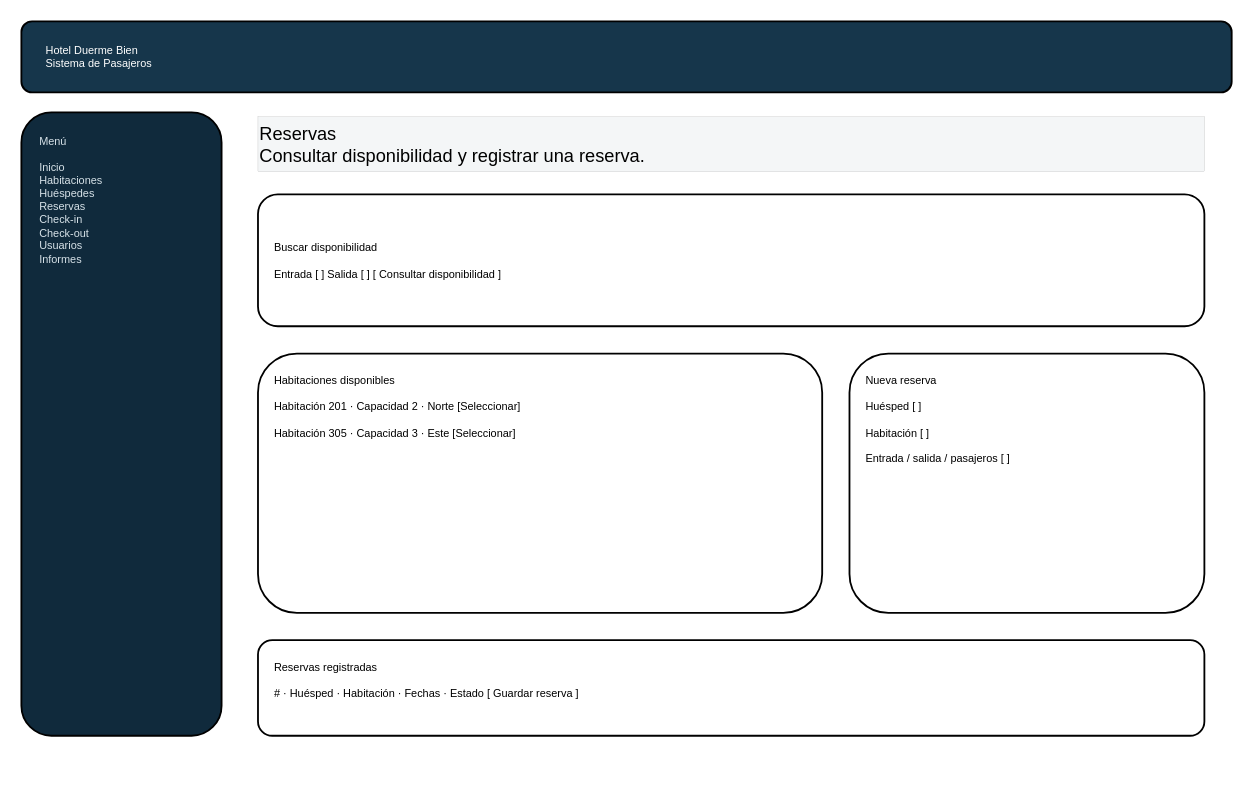
Earlier version of the draw.io diagram page "Prototipo" (4 of 4) of diagramas-editables/04-interfaz.drawio (Yutre3/diego). Source tidied: cells renumbered, new cells numbered last; positions are measured from the earlier drawing's top-left corner, leaving out a move shared by most shapes. Both pictures are drawn from the tidied source at 91%, with x=0, y=0 at pixel (21, 21).
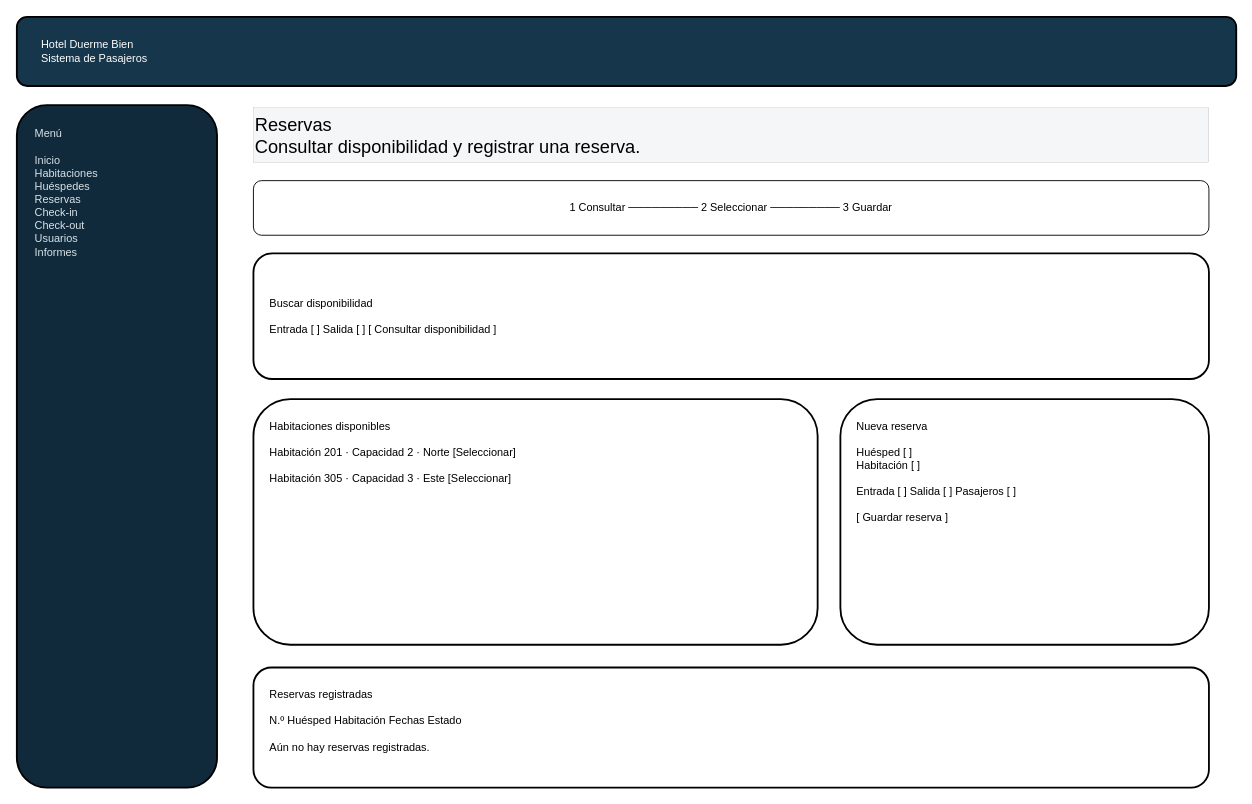
The same page after the edit.

What changed in the source:
```diff
@@
 <mxGraphModel>
   <root>
     <mxCell id="0" />
     <mxCell id="1" parent="0" />
     <mxCell id="2" value="Hotel Duerme Bien&#10;Sistema de Pasajeros" style="rounded=1;whiteSpace=wrap;html=1;strokeWidth=2;fillColor=#16364b;fontColor=#ffffff;align=left;spacingLeft=25;" parent="1" vertex="1">
-      <mxGeometry width="1330" height="78" as="geometry" />
+      <mxGeometry x="-5" y="-5" width="1340" height="76" as="geometry" />
     </mxCell>
     <mxCell id="3" value="Menú&#10;&#10;Inicio&#10;Habitaciones&#10;Huéspedes&#10;Reservas&#10;Check-in&#10;Check-out&#10;Usuarios&#10;Informes" style="rounded=1;whiteSpace=wrap;html=1;strokeWidth=2;fillColor=#102a3c;fontColor=#d7e2e8;align=left;verticalAlign=top;spacing=20;" parent="1" vertex="1">
-      <mxGeometry y="100" width="220" height="685" as="geometry" />
+      <mxGeometry x="-5" y="92" width="220" height="750" as="geometry" />
     </mxCell>
     <mxCell id="4" value="Reservas&#10;Consultar disponibilidad y registrar una reserva." style="rounded=0;whiteSpace=wrap;html=1;strokeWidth=0;fillColor=#f4f6f7;align=left;fontSize=20;" parent="1" vertex="1">
-      <mxGeometry x="260" y="105" width="1040" height="60" as="geometry" />
+      <mxGeometry x="255" y="95" width="1050" height="60" as="geometry" />
     </mxCell>
+    <mxCell id="9" value="1 Consultar        ─────────        2 Seleccionar        ─────────        3 Guardar" style="rounded=1;whiteSpace=wrap;html=1;strokeWidth=1;fillColor=#ffffff;align=center;" parent="1" vertex="1">
+      <mxGeometry x="255" y="175" width="1050" height="60" as="geometry" />
+    </mxCell>
     <mxCell id="5" value="Buscar disponibilidad&#10;&#10;Entrada [ ]        Salida [ ]                         [ Consultar disponibilidad ]" style="rounded=1;whiteSpace=wrap;html=1;strokeWidth=2;fillColor=#ffffff;align=left;spacing=18;" parent="1" vertex="1">
-      <mxGeometry x="260" y="190" width="1040" height="145" as="geometry" />
+      <mxGeometry x="255" y="255" width="1050" height="138" as="geometry" />
     </mxCell>
     <mxCell id="6" value="Habitaciones disponibles&#10;&#10;Habitación 201 · Capacidad 2 · Norte                         [Seleccionar]&#10;&#10;Habitación 305 · Capacidad 3 · Este                         [Seleccionar]" style="rounded=1;whiteSpace=wrap;html=1;strokeWidth=2;fillColor=#ffffff;align=left;verticalAlign=top;spacing=18;" parent="1" vertex="1">
-      <mxGeometry x="260" y="365" width="620" height="285" as="geometry" />
+      <mxGeometry x="255" y="415" width="620" height="270" as="geometry" />
     </mxCell>
-    <mxCell id="7" value="Nueva reserva&#10;&#10;Huésped [ ]&#10;&#10;Habitación [ ]&#10;&#10;Entrada / salida / pasajeros [ ]" style="rounded=1;whiteSpace=wrap;html=1;strokeWidth=2;fillColor=#ffffff;align=left;verticalAlign=top;spacing=18;" parent="1" vertex="1">
-      <mxGeometry x="910" y="365" width="390" height="285" as="geometry" />
+    <mxCell id="7" value="Nueva reserva&#10;&#10;Huésped [ ]&#10;Habitación [ ]&#10;&#10;Entrada [ ]   Salida [ ]   Pasajeros [ ]&#10;&#10;[ Guardar reserva ]" style="rounded=1;whiteSpace=wrap;html=1;strokeWidth=2;fillColor=#ffffff;align=left;verticalAlign=top;spacing=18;" parent="1" vertex="1">
+      <mxGeometry x="900" y="415" width="405" height="270" as="geometry" />
     </mxCell>
-    <mxCell id="8" value="Reservas registradas&#10;&#10;# · Huésped · Habitación · Fechas · Estado                         [ Guardar reserva ]" style="rounded=1;whiteSpace=wrap;html=1;strokeWidth=2;fillColor=#ffffff;align=left;verticalAlign=top;spacing=18;" parent="1" vertex="1">
-      <mxGeometry x="260" y="680" width="1040" height="105" as="geometry" />
+    <mxCell id="8" value="Reservas registradas&#10;&#10;N.º        Huésped        Habitación        Fechas        Estado&#10;&#10;Aún no hay reservas registradas." style="rounded=1;whiteSpace=wrap;html=1;strokeWidth=2;fillColor=#ffffff;align=left;verticalAlign=top;spacing=18;" parent="1" vertex="1">
+      <mxGeometry x="255" y="710" width="1050" height="132" as="geometry" />
     </mxCell>
   </root>
 </mxGraphModel>
```
